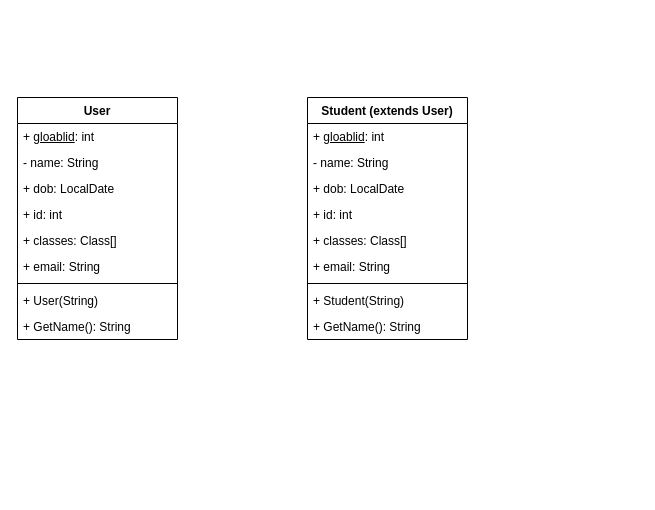
Earlier version of the draw.io diagram InheritanceDiagram.drawio (cgenglish/Inheritance). Source tidied: cells renumbered, new cells numbered last; positions are measured from the earlier drawing's top-left corner, leaving out a move shared by most shapes. Both pictures are drawn from the tidied source at 100%, with x=0, y=0 at pixel (17, 97).
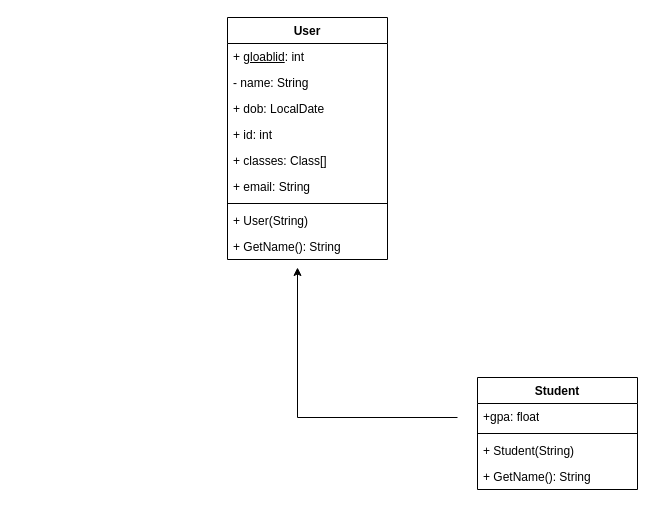
After the change.

Diff of the diagram source:
```diff
@@
     <mxCell id="2" value="User" style="swimlane;fontStyle=1;align=center;verticalAlign=top;horizontal=1;startSize=26;whiteSpace=wrap;html=1;" parent="1" vertex="1">
-      <mxGeometry width="160" height="242" as="geometry" />
+      <mxGeometry x="210" y="-80" width="160" height="242" as="geometry" />
     </mxCell>
@@
-    <mxCell id="12" value="Student (extends User)" style="swimlane;fontStyle=1;align=center;verticalAlign=top;horizontal=1;startSize=26;whiteSpace=wrap;html=1;" parent="1" vertex="1">
-      <mxGeometry x="290" width="160" height="242" as="geometry" />
+    <mxCell id="12" value="Student" style="swimlane;fontStyle=1;align=center;verticalAlign=top;horizontal=1;startSize=26;whiteSpace=wrap;html=1;" parent="1" vertex="1">
+      <mxGeometry x="460" y="280" width="160" height="112" as="geometry" />
     </mxCell>
-    <mxCell id="13" value="+ &lt;u&gt;gloablid&lt;/u&gt;: int" style="text;strokeColor=none;fillColor=none;align=left;verticalAlign=top;spacingLeft=4;spacingRight=4;overflow=hidden;whiteSpace=wrap;html=1;" parent="12" vertex="1">
+    <mxCell id="13" value="+gpa: float" style="text;strokeColor=none;fillColor=none;align=left;verticalAlign=top;spacingLeft=4;spacingRight=4;overflow=hidden;whiteSpace=wrap;html=1;" parent="12" vertex="1">
       <mxGeometry y="26" width="160" height="26" as="geometry" />
     </mxCell>
-    <mxCell id="14" value="- name: String" style="text;strokeColor=none;fillColor=none;align=left;verticalAlign=top;spacingLeft=4;spacingRight=4;overflow=hidden;whiteSpace=wrap;html=1;" parent="12" vertex="1">
-      <mxGeometry y="52" width="160" height="26" as="geometry" />
-    </mxCell>
-    <mxCell id="15" value="+ dob: LocalDate&lt;div&gt;&lt;br&gt;&lt;/div&gt;" style="text;strokeColor=none;fillColor=none;align=left;verticalAlign=top;spacingLeft=4;spacingRight=4;overflow=hidden;whiteSpace=wrap;html=1;" parent="12" vertex="1">
-      <mxGeometry y="78" width="160" height="26" as="geometry" />
-    </mxCell>
-    <mxCell id="16" value="+ id: int" style="text;strokeColor=none;fillColor=none;align=left;verticalAlign=top;spacingLeft=4;spacingRight=4;overflow=hidden;whiteSpace=wrap;html=1;" parent="12" vertex="1">
-      <mxGeometry y="104" width="160" height="26" as="geometry" />
-    </mxCell>
-    <mxCell id="17" value="+ classes: Class[]" style="text;strokeColor=none;fillColor=none;align=left;verticalAlign=top;spacingLeft=4;spacingRight=4;overflow=hidden;whiteSpace=wrap;html=1;" parent="12" vertex="1">
-      <mxGeometry y="130" width="160" height="26" as="geometry" />
-    </mxCell>
-    <mxCell id="18" value="+ email: String" style="text;strokeColor=none;fillColor=none;align=left;verticalAlign=top;spacingLeft=4;spacingRight=4;overflow=hidden;whiteSpace=wrap;html=1;" parent="12" vertex="1">
-      <mxGeometry y="156" width="160" height="26" as="geometry" />
-    </mxCell>
     <mxCell id="19" style="line;strokeWidth=1;fillColor=none;align=left;verticalAlign=middle;spacingTop=-1;spacingLeft=3;spacingRight=3;labelPosition=right;strokeColor=inherit;" parent="12" vertex="1">
-      <mxGeometry y="182" width="160" height="8" as="geometry" />
+      <mxGeometry y="52" width="160" height="8" as="geometry" />
     </mxCell>
     <mxCell id="20" value="+ Student(String)" style="text;strokeColor=none;fillColor=none;align=left;verticalAlign=top;spacingLeft=4;spacingRight=4;overflow=hidden;whiteSpace=wrap;html=1;" parent="12" vertex="1">
-      <mxGeometry y="190" width="160" height="26" as="geometry" />
+      <mxGeometry y="60" width="160" height="26" as="geometry" />
     </mxCell>
     <mxCell id="21" value="+ GetName(): String" style="text;strokeColor=none;fillColor=none;align=left;verticalAlign=top;spacingLeft=4;spacingRight=4;overflow=hidden;whiteSpace=wrap;html=1;" parent="12" vertex="1">
-      <mxGeometry y="216" width="160" height="26" as="geometry" />
+      <mxGeometry y="86" width="160" height="26" as="geometry" />
     </mxCell>
+    <mxCell id="22" style="endArrow=classic;html=1;rounded=0;" parent="1" edge="1">
+      <mxGeometry relative="1" as="geometry">
+        <mxPoint x="440" y="320" as="sourcePoint" />
+        <mxPoint x="280" y="170" as="targetPoint" />
+        <Array as="points">
+          <mxPoint x="280" y="320" />
+        </Array>
+      </mxGeometry>
+    </mxCell>
```
